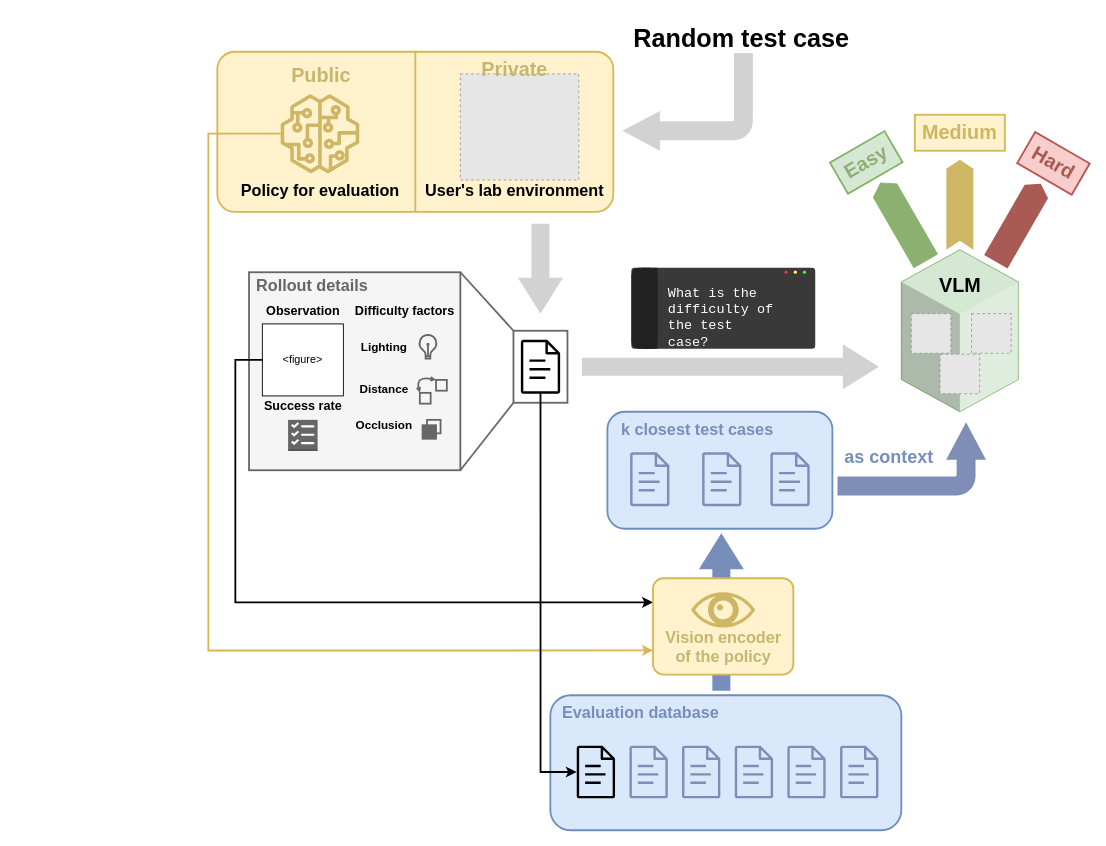
This is vlm_icl_v4.drawio from cxh-cxh/Embodied-VLM-Judge-figures, a draw.io file, before an edit. Source tidied: cells renumbered, new cells numbered last; positions are measured from the earlier drawing's top-left corner, leaving out a move shared by most shapes. Both pictures are drawn from the tidied source at 90%, with x=0, y=0 at pixel (208, 15). Pictures stored in the file or linked from it are replaced by grey dashed boxes.
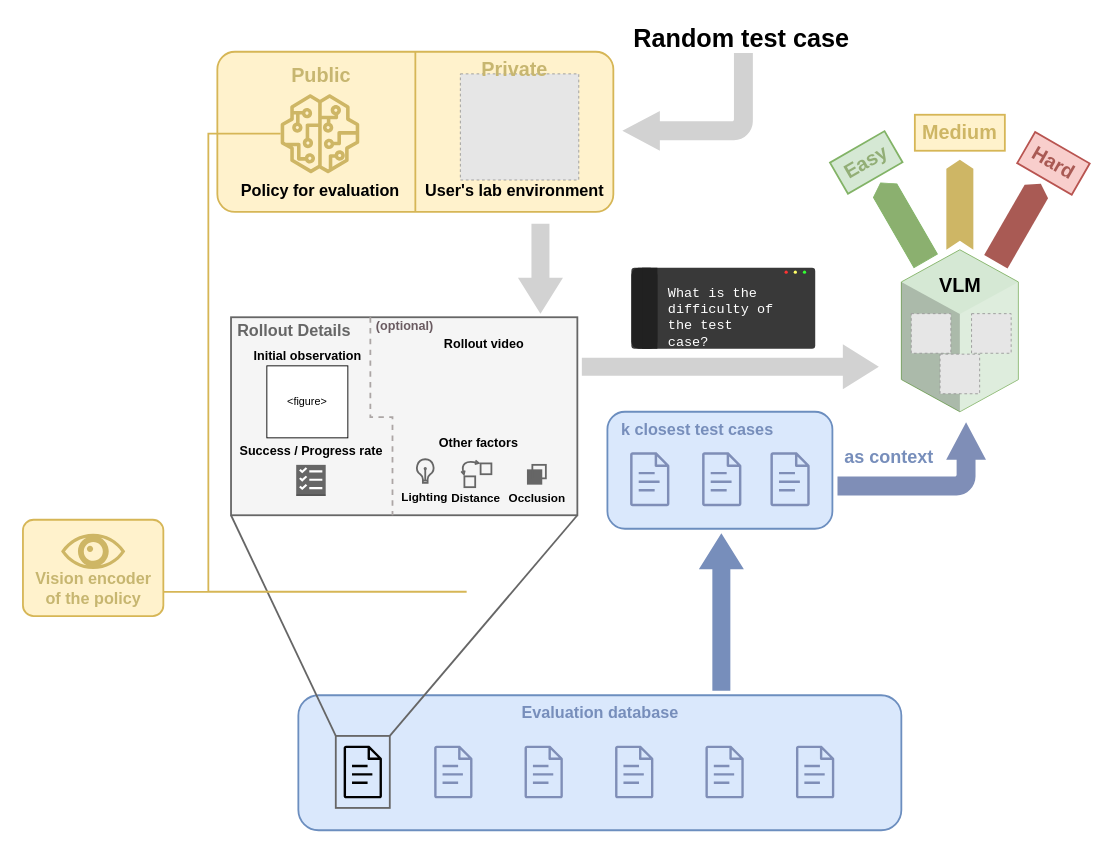
The same page after the edit.

The change refers to these unchanged cells:
```xml
<mxCell id="39" style="sketch=0;outlineConnect=0;fillColor=light-dark(#ceb665, #281d00);strokeColor=#d6b656;dashed=0;verticalLabelPosition=bottom;verticalAlign=top;align=center;html=1;fontSize=12;fontStyle=0;shape=mxgraph.aws4.sagemaker_model;points=[[0,0.5,0,0,0]];" parent="34" vertex="1">
  <mxGeometry x="70" y="67" width="88" height="88" as="geometry" />
</mxCell>
<mxCell id="65" style="rounded=1;whiteSpace=wrap;html=1;fillColor=#fff2cc;strokeColor=#d6b656;strokeWidth=2;arcSize=11;" parent="64" vertex="1">
  <mxGeometry x="4" width="156" height="107" as="geometry" />
</mxCell>
```

Change to the diagram source:
```diff
@@
-    <mxCell id="12" style="rounded=0;jettySize=auto;html=1;exitX=0;exitY=0;exitDx=0;exitDy=0;entryX=1;entryY=0;entryDx=0;entryDy=0;endArrow=none;endFill=0;strokeWidth=2;strokeColor=light-dark(#666666, #ededed);" parent="1" edge="1" source="13" target="16">
-      <mxGeometry relative="1" as="geometry" />
-    </mxCell>
-    <mxCell id="13" style="rounded=0;whiteSpace=wrap;html=1;fillColor=none;strokeWidth=2;strokeColor=light-dark(#666666, #ededed);" parent="1" vertex="1">
-      <mxGeometry x="339" y="350" width="60" height="80" as="geometry" />
-    </mxCell>
-    <mxCell id="14" style="rounded=0;jettySize=auto;html=1;exitX=0;exitY=1;exitDx=0;exitDy=0;entryX=1;entryY=1;entryDx=0;entryDy=0;endArrow=none;endFill=0;strokeWidth=2;strokeColor=light-dark(#666666, #ededed);" parent="1" edge="1" source="13" target="16">
-      <mxGeometry relative="1" as="geometry" />
-    </mxCell>
     <mxCell id="15" style="group;" parent="1" vertex="1">
-      <mxGeometry x="40" y="280" width="243" height="225" as="geometry" />
+      <mxGeometry x="20" y="330" width="390" height="225" as="geometry" />
     </mxCell>
     <mxCell id="16" style="rounded=0;whiteSpace=wrap;html=1;fillColor=#f5f5f5;fontColor=#333333;strokeColor=#666666;strokeWidth=2;" parent="15" vertex="1">
-      <mxGeometry x="5.2" y="5" width="234.8" height="220" as="geometry" />
+      <mxGeometry x="5.2" y="5" width="384.8" height="220" as="geometry" />
     </mxCell>
     <mxCell id="17" value="&amp;lt;figure&amp;gt;" style="rounded=0;whiteSpace=wrap;html=1;" parent="15" vertex="1">
-      <mxGeometry x="20" y="62.4" width="90" height="80" as="geometry" />
+      <mxGeometry x="45" y="59" width="90" height="80" as="geometry" />
     </mxCell>
-    <mxCell id="18" value="Observation" style="text;html=1;align=center;verticalAlign=middle;strokeColor=none;fillColor=none;fontStyle=1;fontSize=14;" parent="15" vertex="1">
-      <mxGeometry x="15" y="33.4" width="100" height="30" as="geometry" />
+    <mxCell id="18" value="Initial observation" style="text;html=1;align=center;verticalAlign=middle;strokeColor=none;fillColor=none;fontStyle=1;fontSize=14;" parent="15" vertex="1">
+      <mxGeometry x="25" y="33.4" width="130" height="30" as="geometry" />
     </mxCell>
-    <mxCell id="19" value="&lt;font style=&quot;font-size: 14px;&quot;&gt;&lt;b&gt;Success rate&lt;/b&gt;&lt;/font&gt;" style="text;html=1;align=center;verticalAlign=middle;strokeColor=none;fillColor=none;" parent="15" vertex="1">
-      <mxGeometry x="10" y="139" width="110" height="30" as="geometry" />
+    <mxCell id="19" value="&lt;font style=&quot;font-size: 14px;&quot;&gt;&lt;b&gt;Success / Progress rate&lt;/b&gt;&lt;/font&gt;" style="text;html=1;align=center;verticalAlign=middle;strokeColor=none;fillColor=none;" parent="15" vertex="1">
+      <mxGeometry x="4" y="139" width="180" height="30" as="geometry" />
     </mxCell>
-    <mxCell id="20" value="&lt;font style=&quot;font-size: 14px;&quot;&gt;&lt;b&gt;Difficulty factors&lt;/b&gt;&lt;/font&gt;" style="text;html=1;align=center;verticalAlign=middle;strokeColor=none;fillColor=none;" parent="15" vertex="1">
-      <mxGeometry x="113" y="33.4" width="130" height="30" as="geometry" />
+    <mxCell id="20" value="&lt;font style=&quot;font-size: 14px;&quot;&gt;&lt;b&gt;Other factors&lt;/b&gt;&lt;/font&gt;" style="text;html=1;align=center;verticalAlign=middle;strokeColor=none;fillColor=none;" parent="15" vertex="1">
+      <mxGeometry x="225" y="130.3" width="110" height="30" as="geometry" />
     </mxCell>
-    <mxCell id="21" value="&lt;font style=&quot;font-size: 18px;&quot;&gt;&lt;b style=&quot;&quot;&gt;Rollout details&lt;/b&gt;&lt;/font&gt;" style="text;html=1;align=center;verticalAlign=middle;strokeColor=none;fillColor=none;fontColor=light-dark(#666666, #ededed);" parent="15" vertex="1">
+    <mxCell id="21" value="&lt;font style=&quot;font-size: 18px;&quot;&gt;&lt;b style=&quot;&quot;&gt;Rollout Details&lt;/b&gt;&lt;/font&gt;" style="text;html=1;align=center;verticalAlign=middle;strokeColor=none;fillColor=none;fontColor=light-dark(#666666, #ededed);" parent="15" vertex="1">
       <mxGeometry width="150" height="40" as="geometry" />
     </mxCell>
     <mxCell id="22" style="dashed=0;verticalLabelPosition=bottom;verticalAlign=top;align=center;html=1;shape=mxgraph.aws3.checklist;fillColor=light-dark(#666666, #5f8130);gradientColor=none;strokeColor=default;" parent="15" vertex="1">
-      <mxGeometry x="48.6" y="169" width="32.8" height="34.5" as="geometry" />
+      <mxGeometry x="77.6" y="169" width="32.8" height="34.5" as="geometry" />
     </mxCell>
     <mxCell id="23" value="&lt;font&gt;&lt;b&gt;Lighting&lt;/b&gt;&lt;/font&gt;" style="text;html=1;align=center;verticalAlign=middle;strokeColor=none;fillColor=none;fontSize=13;" parent="15" vertex="1">
-      <mxGeometry x="120" y="73.4" width="70" height="30" as="geometry" />
+      <mxGeometry x="185" y="190" width="70" height="30" as="geometry" />
     </mxCell>
     <mxCell id="24" style="html=1;verticalLabelPosition=bottom;align=center;labelBackgroundColor=#ffffff;verticalAlign=top;strokeWidth=2;strokeColor=light-dark(#666666, #32a0ff);shadow=0;dashed=0;shape=mxgraph.ios7.icons.lightbulb;fillColor=none;" parent="15" vertex="1">
-      <mxGeometry x="194" y="74.7" width="20" height="26.3" as="geometry" />
+      <mxGeometry x="211" y="162.8" width="20" height="26.3" as="geometry" />
     </mxCell>
     <mxCell id="25" value="&lt;font&gt;&lt;b&gt;Distance&lt;/b&gt;&lt;/font&gt;" style="text;html=1;align=center;verticalAlign=middle;strokeColor=none;fillColor=none;fontSize=13;" parent="15" vertex="1">
-      <mxGeometry x="115" y="120" width="80" height="30" as="geometry" />
+      <mxGeometry x="237" y="191" width="80" height="30" as="geometry" />
     </mxCell>
     <mxCell id="26" value="&lt;b&gt;Occlusion&lt;/b&gt;" style="text;html=1;align=center;verticalAlign=middle;strokeColor=none;fillColor=none;fontSize=13;" parent="15" vertex="1">
-      <mxGeometry x="110" y="160" width="90" height="30" as="geometry" />
+      <mxGeometry x="300" y="191" width="90" height="30" as="geometry" />
     </mxCell>
+    <mxCell id="84" style="endArrow=none;dashed=1;html=1;rounded=0;entryX=0.5;entryY=1;entryDx=0;entryDy=0;strokeColor=#ACA6A5;strokeWidth=2;edgeStyle=orthogonalEdgeStyle;" parent="15" edge="1">
+      <mxGeometry relative="1" as="geometry">
+        <mxPoint x="160" y="5" as="sourcePoint" />
+        <mxPoint x="184.6" y="225" as="targetPoint" />
+        <Array as="points">
+          <mxPoint x="160" y="5" />
+          <mxPoint x="160" y="116" />
+          <mxPoint x="185" y="116" />
+        </Array>
+      </mxGeometry>
+    </mxCell>
+    <mxCell id="85" value="(optional)" style="text;html=1;align=center;verticalAlign=middle;strokeColor=none;fillColor=none;fontStyle=1;fontSize=14;fontColor=#6A5B61;" parent="15" vertex="1">
+      <mxGeometry x="157.6" width="80" height="30" as="geometry" />
+    </mxCell>
+    <mxCell id="86" value="&lt;font style=&quot;font-size: 14px;&quot;&gt;&lt;b&gt;Rollout video&lt;/b&gt;&lt;/font&gt;" style="text;html=1;align=center;verticalAlign=middle;strokeColor=none;fillColor=none;" parent="15" vertex="1">
+      <mxGeometry x="231" y="20.2" width="110" height="30" as="geometry" />
+    </mxCell>
+    <mxCell id="87" style="group;" parent="15" vertex="1">
+      <mxGeometry x="259.5" y="162.8" width="35" height="31" as="geometry" />
+    </mxCell>
-    <mxCell id="27" style="rounded=0;jettySize=auto;html=1;exitX=0;exitY=0;exitDx=0;exitDy=0;entryX=0;entryY=0;entryDx=0;entryDy=0;endArrow=open;endFill=0;startArrow=open;startFill=0;startSize=2;endSize=2;curved=1;strokeColor=#666666;strokeWidth=2;" parent="15" edge="1" source="28" target="29">
+    <mxCell id="27" style="rounded=0;jettySize=auto;html=1;exitX=0;exitY=0;exitDx=0;exitDy=0;entryX=0;entryY=0;entryDx=0;entryDy=0;endArrow=open;endFill=0;startArrow=open;startFill=0;startSize=2;endSize=2;curved=1;strokeColor=#666666;strokeWidth=2;" parent="87" edge="1" source="28" target="29">
       <mxGeometry relative="1" as="geometry">
         <Array as="points">
-          <mxPoint x="190" y="120" />
+          <mxPoint />
         </Array>
       </mxGeometry>
     </mxCell>
-    <mxCell id="28" style="whiteSpace=wrap;html=1;fillColor=none;strokeColor=#666666;strokeWidth=2;" parent="15" vertex="1">
-      <mxGeometry x="195" y="139" width="12" height="12" as="geometry" />
+    <mxCell id="28" style="whiteSpace=wrap;html=1;fillColor=none;strokeColor=#666666;strokeWidth=2;" parent="87" vertex="1">
+      <mxGeometry x="5" y="19" width="12" height="12" as="geometry" />
     </mxCell>
-    <mxCell id="29" style="whiteSpace=wrap;html=1;fillColor=none;strokeColor=light-dark(#666666,#EDEDED);strokeWidth=2;" parent="15" vertex="1">
-      <mxGeometry x="213" y="124.6" width="12" height="12" as="geometry" />
+    <mxCell id="29" style="whiteSpace=wrap;html=1;fillColor=none;strokeColor=light-dark(#666666,#EDEDED);strokeWidth=2;" parent="87" vertex="1">
+      <mxGeometry x="23" y="4.6" width="12" height="12" as="geometry" />
     </mxCell>
+    <mxCell id="88" style="group;" parent="15" vertex="1">
+      <mxGeometry x="335" y="169" width="20" height="21" as="geometry" />
+    </mxCell>
-    <mxCell id="30" style="whiteSpace=wrap;html=1;fillColor=#666666;strokeColor=#666666;strokeWidth=2;" parent="15" vertex="1">
-      <mxGeometry x="198" y="175" width="15" height="15" as="geometry" />
+    <mxCell id="30" style="whiteSpace=wrap;html=1;fillColor=#666666;strokeColor=#666666;strokeWidth=2;" parent="88" vertex="1">
+      <mxGeometry y="6" width="15" height="15" as="geometry" />
     </mxCell>
-    <mxCell id="31" style="whiteSpace=wrap;html=1;fillColor=none;strokeColor=#666666;strokeWidth=2;" parent="15" vertex="1">
-      <mxGeometry x="203" y="169" width="15" height="15" as="geometry" />
+    <mxCell id="31" style="whiteSpace=wrap;html=1;fillColor=none;strokeColor=#666666;strokeWidth=2;" parent="88" vertex="1">
+      <mxGeometry x="5" width="15" height="15" as="geometry" />
     </mxCell>
@@
-    <mxCell id="33" style="sketch=0;outlineConnect=0;fontColor=#232F3E;gradientColor=none;fillColor=light-dark(#000000,#BEC8D4);strokeColor=none;dashed=0;verticalLabelPosition=bottom;verticalAlign=top;align=center;html=1;fontSize=12;fontStyle=0;shape=mxgraph.aws4.document;points=[[0.5,0.98,0,0,0]];" parent="1" vertex="1">
-      <mxGeometry x="347.1" y="360" width="43.9" height="60" as="geometry" />
-    </mxCell>
@@
     <mxCell id="52" style="group;" parent="1" vertex="1">
-      <mxGeometry x="380" y="755" width="390" height="150" as="geometry" />
+      <mxGeometry x="100" y="755" width="670" height="150" as="geometry" />
     </mxCell>
     <mxCell id="53" style="rounded=1;whiteSpace=wrap;html=1;fillColor=#dae8fc;strokeColor=#6c8ebf;strokeWidth=2;" parent="52" vertex="1">
-      <mxGeometry width="390" height="150" as="geometry" />
+      <mxGeometry width="670" height="150" as="geometry" />
     </mxCell>
     <mxCell id="54" value="&lt;font color=&quot;#778ebb&quot;&gt;&lt;span style=&quot;font-size: 18px;&quot;&gt;&lt;b&gt;Evaluation database&lt;/b&gt;&lt;/span&gt;&lt;/font&gt;" style="text;html=1;align=center;verticalAlign=middle;strokeColor=none;fillColor=none;" parent="52" vertex="1">
-      <mxGeometry width="200" height="40" as="geometry" />
+      <mxGeometry x="235" width="200" height="40" as="geometry" />
     </mxCell>
     <mxCell id="55" style="sketch=0;outlineConnect=0;fontColor=#232F3E;gradientColor=none;fillColor=light-dark(#000000,#BEC8D4);strokeColor=none;dashed=0;verticalLabelPosition=bottom;verticalAlign=top;align=center;html=1;fontSize=12;fontStyle=0;shape=mxgraph.aws4.document;points=[[0,0.5,0,0,0]];" parent="52" vertex="1">
-      <mxGeometry x="29.2" y="56" width="42.8" height="58.5" as="geometry" />
+      <mxGeometry x="50.2" y="56" width="42.8" height="58.5" as="geometry" />
     </mxCell>
     <mxCell id="56" style="sketch=0;fontColor=#232F3E;gradientColor=none;fillColor=light-dark(#7f8eb7, #bec8d4);strokeColor=none;dashed=0;verticalLabelPosition=bottom;verticalAlign=top;align=center;html=1;fontSize=12;fontStyle=0;shape=mxgraph.aws4.document;" parent="52" vertex="1">
-      <mxGeometry x="87.8" y="56" width="42.8" height="58.5" as="geometry" />
+      <mxGeometry x="150.8" y="56" width="42.8" height="58.5" as="geometry" />
     </mxCell>
     <mxCell id="57" style="sketch=0;fontColor=#232F3E;gradientColor=none;fillColor=light-dark(#7f8eb7, #bec8d4);strokeColor=none;dashed=0;verticalLabelPosition=bottom;verticalAlign=top;align=center;html=1;fontSize=12;fontStyle=0;shape=mxgraph.aws4.document;" parent="52" vertex="1">
-      <mxGeometry x="146.2" y="56" width="42.8" height="58.5" as="geometry" />
+      <mxGeometry x="251.2" y="56" width="42.8" height="58.5" as="geometry" />
     </mxCell>
     <mxCell id="58" style="sketch=0;fontColor=#232F3E;gradientColor=none;fillColor=light-dark(#7f8eb7, #bec8d4);strokeColor=none;dashed=0;verticalLabelPosition=bottom;verticalAlign=top;align=center;html=1;fontSize=12;fontStyle=0;shape=mxgraph.aws4.document;" parent="52" vertex="1">
-      <mxGeometry x="204.8" y="56" width="42.8" height="58.5" as="geometry" />
+      <mxGeometry x="351.8" y="56" width="42.8" height="58.5" as="geometry" />
     </mxCell>
     <mxCell id="59" style="sketch=0;fontColor=#232F3E;gradientColor=none;fillColor=light-dark(#7f8eb7, #bec8d4);strokeColor=none;dashed=0;verticalLabelPosition=bottom;verticalAlign=top;align=center;html=1;fontSize=12;fontStyle=0;shape=mxgraph.aws4.document;" parent="52" vertex="1">
-      <mxGeometry x="263.2" y="56" width="42.8" height="58.5" as="geometry" />
+      <mxGeometry x="452.2" y="56" width="42.8" height="58.5" as="geometry" />
     </mxCell>
     <mxCell id="60" style="sketch=0;fontColor=#232F3E;gradientColor=none;fillColor=light-dark(#7f8eb7, #bec8d4);strokeColor=none;dashed=0;verticalLabelPosition=bottom;verticalAlign=top;align=center;html=1;fontSize=12;fontStyle=0;shape=mxgraph.aws4.document;" parent="52" vertex="1">
-      <mxGeometry x="321.8" y="56" width="42.8" height="58.5" as="geometry" />
+      <mxGeometry x="552.8" y="56" width="42.8" height="58.5" as="geometry" />
     </mxCell>
+    <mxCell id="13" style="rounded=0;whiteSpace=wrap;html=1;fillColor=none;strokeWidth=2;strokeColor=light-dark(#666666, #ededed);" parent="52" vertex="1">
+      <mxGeometry x="41.6" y="45.2" width="60" height="80" as="geometry" />
+    </mxCell>
+    <mxCell id="14" style="rounded=0;jettySize=auto;html=1;exitX=1;exitY=0;exitDx=0;exitDy=0;entryX=1;entryY=1;entryDx=0;entryDy=0;endArrow=none;endFill=0;strokeWidth=2;strokeColor=light-dark(#666666, #ededed);" parent="1" edge="1" source="13" target="16">
+      <mxGeometry relative="1" as="geometry" />
+    </mxCell>
+    <mxCell id="12" style="rounded=0;jettySize=auto;html=1;exitX=0;exitY=0;exitDx=0;exitDy=0;entryX=0;entryY=1;entryDx=0;entryDy=0;endArrow=none;endFill=0;strokeWidth=2;strokeColor=light-dark(#666666, #ededed);" parent="1" edge="1" source="13" target="16">
+      <mxGeometry relative="1" as="geometry" />
+    </mxCell>
     <mxCell id="61" style="edgeStyle=orthogonalEdgeStyle;rounded=0;jettySize=auto;html=1;exitX=0;exitY=0.5;exitDx=0;exitDy=0;exitPerimeter=0;entryX=0;entryY=0.75;entryDx=0;entryDy=0;strokeWidth=2;fillColor=#fff2cc;strokeColor=#d6b656;" parent="1" edge="1" source="39" target="65">
       <mxGeometry relative="1" as="geometry">
         <Array as="points">
           <mxPoint y="131" />
-          <mxPoint y="705" />
+          <mxPoint y="640" />
+          <mxPoint x="287" y="640" />
         </Array>
       </mxGeometry>
     </mxCell>
-    <mxCell id="62" style="edgeStyle=orthogonalEdgeStyle;rounded=0;jettySize=auto;html=1;exitX=0;exitY=0.5;exitDx=0;exitDy=0;entryX=0;entryY=0.25;entryDx=0;entryDy=0;strokeWidth=2;" parent="1" edge="1" source="17" target="65">
-      <mxGeometry relative="1" as="geometry">
-        <Array as="points">
-          <mxPoint x="30" y="382" />
-          <mxPoint x="30" y="652" />
-        </Array>
-      </mxGeometry>
-    </mxCell>
@@
     <mxCell id="64" style="group;" parent="1" vertex="1">
-      <mxGeometry x="490" y="625" width="160" height="107" as="geometry" />
+      <mxGeometry x="-210" y="560" width="160" height="107" as="geometry" />
     </mxCell>
@@
-    <mxCell id="68" style="edgeStyle=orthogonalEdgeStyle;rounded=0;jettySize=auto;html=1;exitX=0.5;exitY=0.98;exitDx=0;exitDy=0;entryX=0;entryY=0.5;entryDx=0;entryDy=0;strokeWidth=2;exitPerimeter=0;entryPerimeter=0;" parent="1" edge="1" source="33" target="55">
-      <mxGeometry relative="1" as="geometry">
-        <Array as="points">
-          <mxPoint x="369" y="840" />
-        </Array>
-      </mxGeometry>
-    </mxCell>
```
